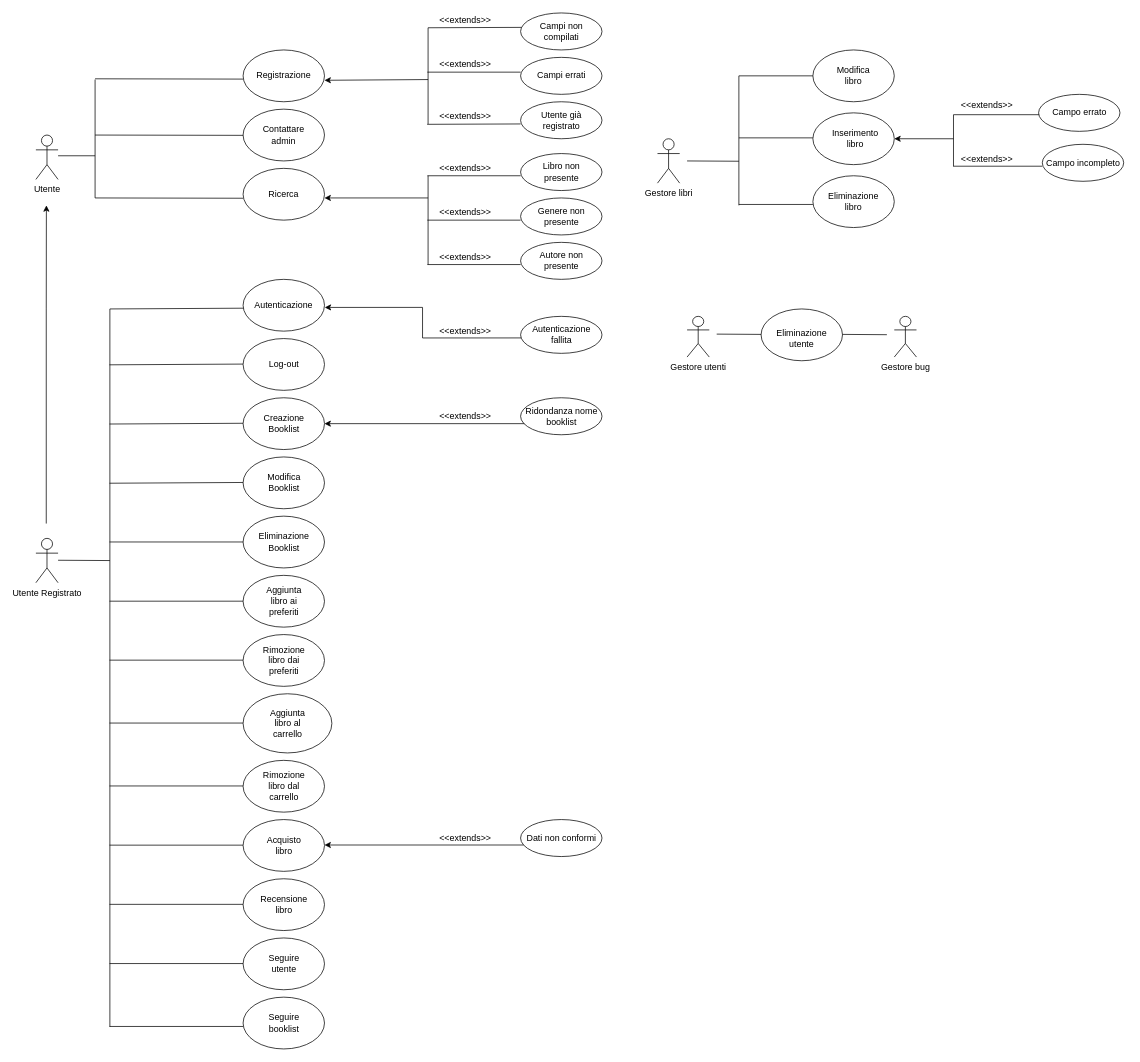
AleBarbados/NewSocialBookRepo keeps this draw.io diagram as Documenti/RAD/modello_funzionale/use_case_diagram.drawio. Above is the earlier version. Source tidied: cells renumbered, new cells numbered last; positions are measured from the earlier drawing's top-left corner, leaving out a move shared by most shapes. Both pictures are drawn from the tidied source at 74%, with x=0, y=0 at pixel (36, 13).
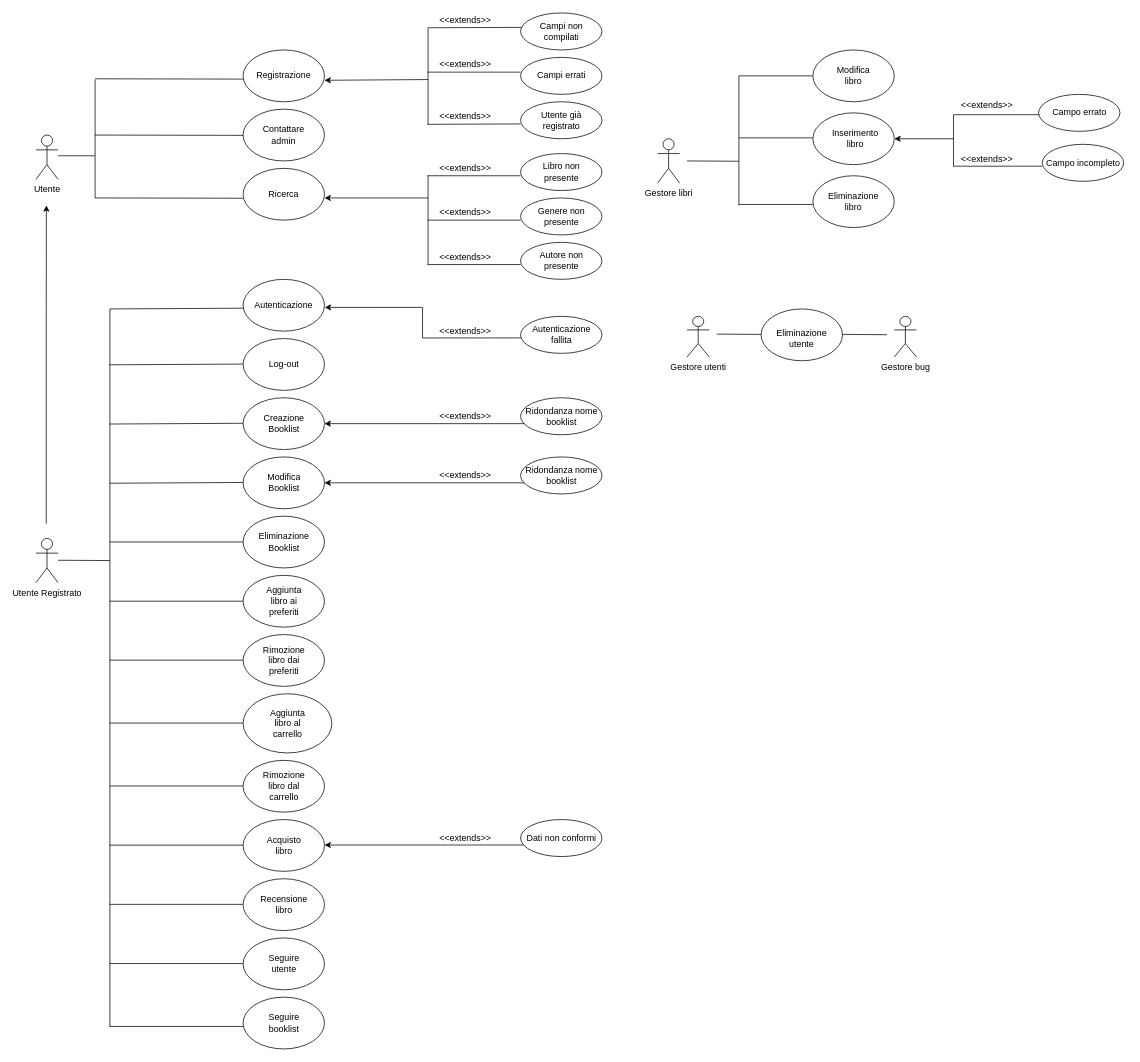
After the change.

Commit message (it also covers changes not shown here):
inserimento activity diagram nel RAD

What changed in the source:
```diff
@@
+    <mxCell id="127" style="group;" parent="1" vertex="1">
+      <mxGeometry x="525" y="590" width="290" height="70" as="geometry" />
+    </mxCell>
+    <mxCell id="128" style="ellipse;whiteSpace=wrap;html=1;verticalAlign=top;" parent="127" vertex="1">
+      <mxGeometry x="130" y="10" width="110" height="50" as="geometry" />
+    </mxCell>
+    <mxCell id="129" value="Ridondanza nome &lt;br&gt;booklist" style="text;html=1;align=center;verticalAlign=middle;points=[];" parent="127" vertex="1">
+      <mxGeometry x="130" y="20" width="110" height="30" as="geometry" />
+    </mxCell>
+    <mxCell id="130" value="&amp;lt;&amp;lt;extends&amp;gt;&amp;gt;" style="text;html=1;align=center;verticalAlign=middle;" parent="127" vertex="1">
+      <mxGeometry x="10" y="25" width="90" height="20" as="geometry" />
+    </mxCell>
+    <mxCell id="131" style="endArrow=classic;html=1;entryX=1;entryY=0.5;entryDx=0;entryDy=0;exitX=0.045;exitY=0.833;exitDx=0;exitDy=0;exitPerimeter=0;" parent="1" edge="1" source="129">
+      <mxGeometry relative="1" as="geometry">
+        <mxPoint x="390" y="635" as="targetPoint" />
+      </mxGeometry>
+    </mxCell>
```
